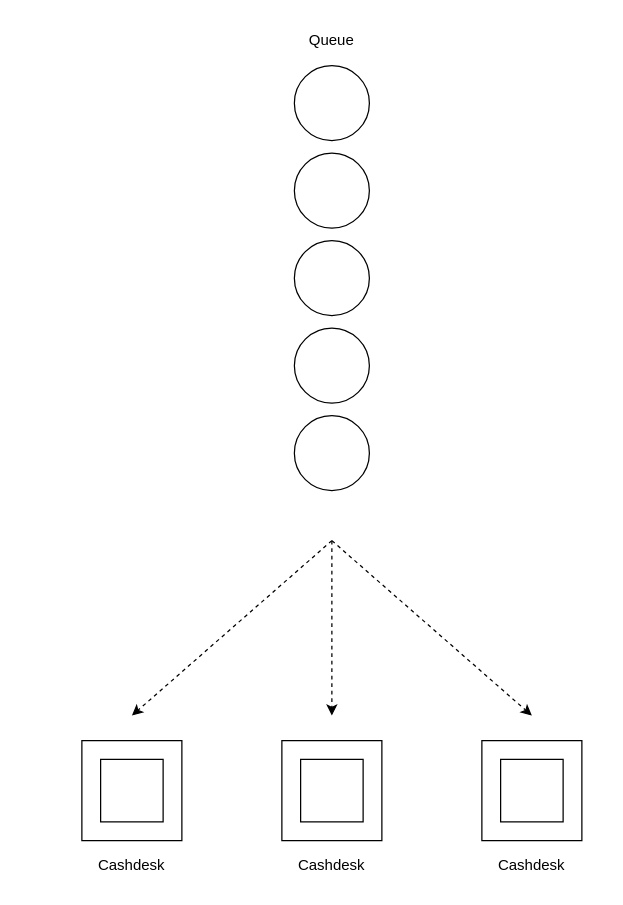
Above: doc/report/images/n-fork.drawio in AuPath/Supermarket-Checkout-Simulation (draw.io), before the change. Source tidied: cells renumbered, new cells numbered last; positions are measured from the earlier drawing's top-left corner, leaving out a move shared by most shapes. Both pictures are drawn from the tidied source at 125%, with x=0, y=0 at pixel (81, 28).
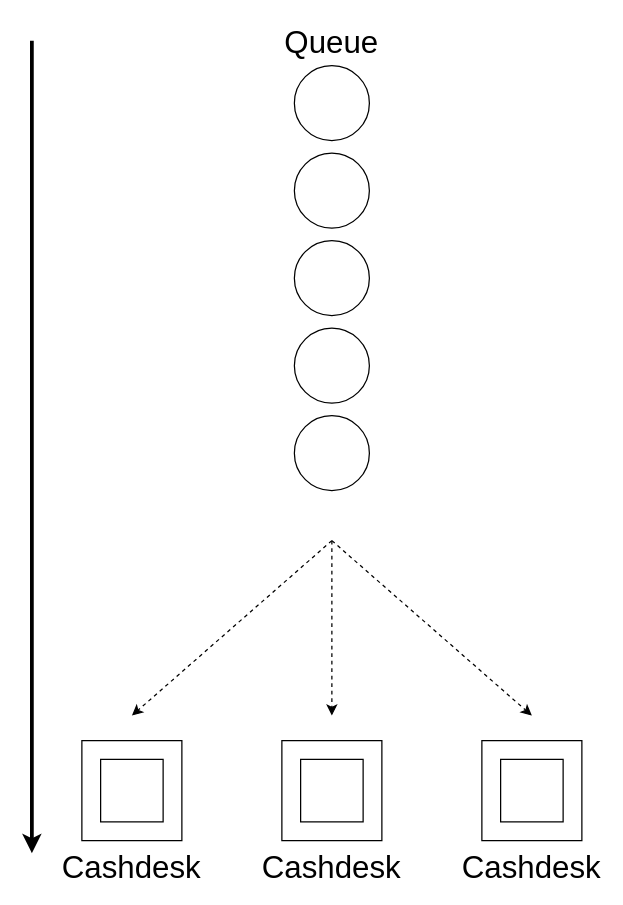
The same page after the edit.

What changed in the source:
```diff
@@
-    <mxCell id="4" value="Cashdesk" style="text;html=1;strokeColor=none;fillColor=none;align=center;verticalAlign=middle;whiteSpace=wrap;rounded=0;" parent="1" vertex="1">
+    <mxCell id="4" value="Cashdesk" style="text;html=1;strokeColor=none;fillColor=none;align=center;verticalAlign=middle;whiteSpace=wrap;rounded=0;fontSize=25;" parent="1" vertex="1">
       <mxGeometry x="20" y="660" width="40" height="20" as="geometry" />
     </mxCell>
@@
-    <mxCell id="7" value="Cashdesk" style="text;html=1;strokeColor=none;fillColor=none;align=center;verticalAlign=middle;whiteSpace=wrap;rounded=0;" parent="1" vertex="1">
+    <mxCell id="7" value="Cashdesk" style="text;html=1;strokeColor=none;fillColor=none;align=center;verticalAlign=middle;whiteSpace=wrap;rounded=0;fontSize=25;" parent="1" vertex="1">
       <mxGeometry x="180" y="660" width="40" height="20" as="geometry" />
     </mxCell>
@@
-    <mxCell id="10" value="Cashdesk" style="text;html=1;strokeColor=none;fillColor=none;align=center;verticalAlign=middle;whiteSpace=wrap;rounded=0;" parent="1" vertex="1">
+    <mxCell id="10" value="Cashdesk" style="text;html=1;strokeColor=none;fillColor=none;align=center;verticalAlign=middle;whiteSpace=wrap;rounded=0;fontSize=25;" parent="1" vertex="1">
       <mxGeometry x="340" y="660" width="40" height="20" as="geometry" />
     </mxCell>
@@
-    <mxCell id="16" value="Queue" style="text;html=1;strokeColor=none;fillColor=none;align=center;verticalAlign=middle;whiteSpace=wrap;rounded=0;" parent="1" vertex="1">
+    <mxCell id="16" value="Queue" style="text;html=1;strokeColor=none;fillColor=none;align=center;verticalAlign=middle;whiteSpace=wrap;rounded=0;fontSize=25;" parent="1" vertex="1">
       <mxGeometry x="180" width="40" height="20" as="geometry" />
     </mxCell>
@@
+    <mxCell id="20" style="endArrow=classic;html=1;fontSize=25;strokeWidth=3;" parent="1" edge="1">
+      <mxGeometry relative="1" as="geometry">
+        <mxPoint x="-40" y="10" as="sourcePoint" />
+        <mxPoint x="-40" y="660" as="targetPoint" />
+      </mxGeometry>
+    </mxCell>
```
